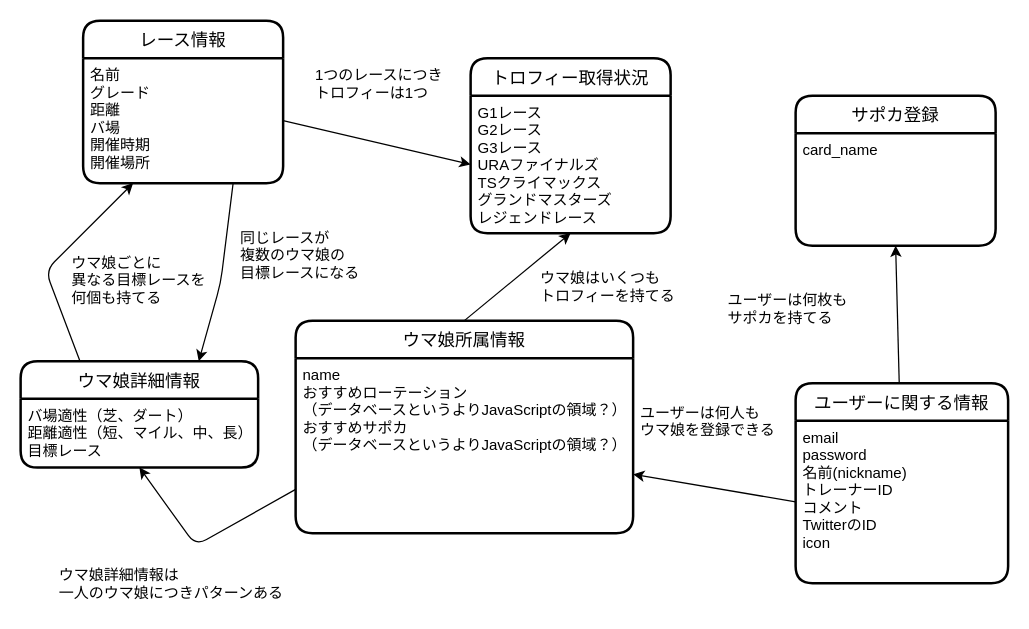
Above: ウマ娘全冠支援ツールモデリング.dio in kenkenkaiden/umamusume_crown_complete_support (draw.io), before the change. Source tidied: cells renumbered, new cells numbered last; positions are measured from the earlier drawing's top-left corner, leaving out a move shared by most shapes. Both pictures are drawn from the tidied source at 125%, with x=0, y=0 at pixel (20, 20).
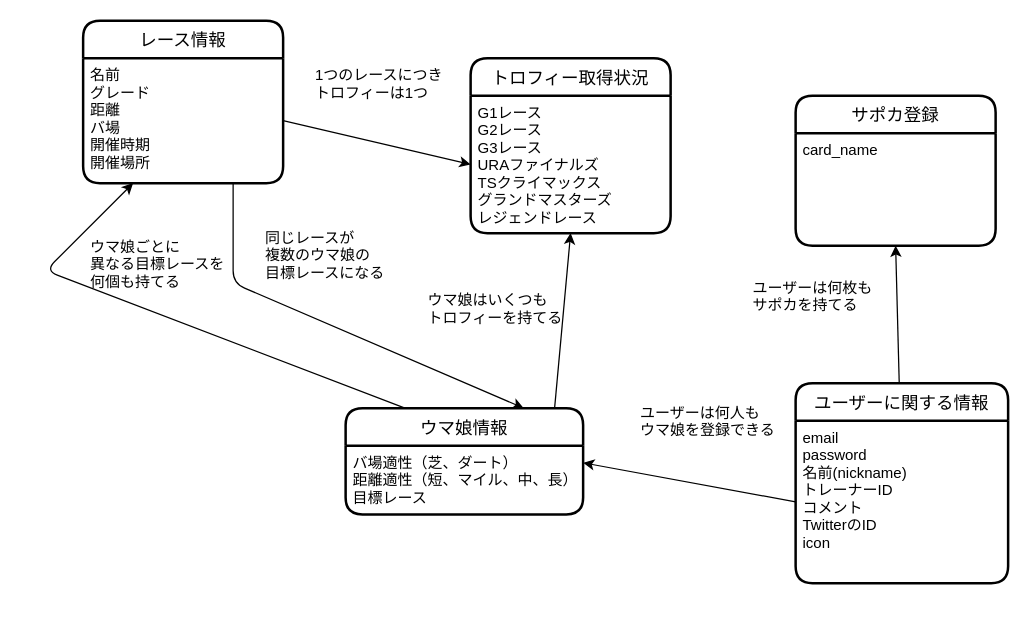
The same page after the edit.

Commit message (it also covers changes not shown here):
モデリングとER図の再記述

Unchanged cells that the change refers to:
```xml
<mxCell id="3" value="email&#10;password&#10;名前(nickname)&#10;トレーナーID&#10;コメント&#10;TwitterのID&#10;icon" style="align=left;strokeColor=none;fillColor=none;spacingLeft=4;fontSize=12;verticalAlign=top;" parent="2" vertex="1">
  <mxGeometry y="30" width="170" height="130" as="geometry" />
</mxCell>
<mxCell id="7" value="G1レース&#10;G2レース&#10;G3レース&#10;URAファイナルズ&#10;TSクライマックス&#10;グランドマスターズ&#10;レジェンドレース" style="align=left;strokeColor=none;fillColor=none;spacingLeft=4;fontSize=12;verticalAlign=top;" parent="6" vertex="1">
  <mxGeometry y="30" width="160" height="110" as="geometry" />
</mxCell>
<mxCell id="17" value="名前&#10;グレード&#10;距離&#10;バ場&#10;開催時期&#10;開催場所" style="align=left;strokeColor=none;fillColor=none;spacingLeft=4;fontSize=12;verticalAlign=top;" parent="16" vertex="1">
  <mxGeometry y="30" width="160" height="100" as="geometry" />
</mxCell>
<mxCell id="21" value="バ場適性（芝、ダート）&#10;距離適性（短、マイル、中、長）&#10;目標レース" style="align=left;strokeColor=none;fillColor=none;spacingLeft=4;fontSize=12;verticalAlign=top;" parent="20" vertex="1">
  <mxGeometry y="30" width="190" height="55" as="geometry" />
</mxCell>
```

Change to the diagram source:
```diff
@@
-    <mxCell id="4" value="ウマ娘所属情報" style="swimlane;horizontal=1;startSize=30;rounded=1;fontSize=14;fontStyle=0;strokeWidth=2;shadow=0;dashed=0;align=center;" parent="1" vertex="1">
-      <mxGeometry x="220" y="240" width="270" height="170" as="geometry" />
-    </mxCell>
-    <mxCell id="5" value="name&#10;おすすめローテーション&#10;（データベースというよりJavaScriptの領域？）&#10;おすすめサポカ&#10;（データベースというよりJavaScriptの領域？）" style="align=left;strokeColor=none;fillColor=none;spacingLeft=4;fontSize=12;verticalAlign=top;" parent="4" vertex="1">
-      <mxGeometry y="30" width="270" height="140" as="geometry" />
-    </mxCell>
@@
     <mxCell id="11" value="ウマ娘はいくつも&#10;トロフィーを持てる" style="text;strokeColor=none;fillColor=none;spacingLeft=4;spacingRight=4;overflow=hidden;fontSize=12;" parent="1" vertex="1">
-      <mxGeometry x="410" y="192.5" width="150" height="30" as="geometry" />
+      <mxGeometry x="320" y="210" width="150" height="30" as="geometry" />
     </mxCell>
-    <mxCell id="12" style="edgeStyle=none;html=1;exitX=0;exitY=0.5;exitDx=0;exitDy=0;" parent="1" edge="1" source="3" target="5">
+    <mxCell id="12" style="edgeStyle=none;html=1;exitX=0;exitY=0.5;exitDx=0;exitDy=0;entryX=1;entryY=0.25;entryDx=0;entryDy=0;" parent="1" edge="1" source="3" target="21">
       <mxGeometry relative="1" as="geometry" />
     </mxCell>
-    <mxCell id="13" style="edgeStyle=none;html=1;entryX=0.5;entryY=1;entryDx=0;entryDy=0;exitX=0.5;exitY=0;exitDx=0;exitDy=0;" parent="1" edge="1" source="4" target="7">
+    <mxCell id="13" style="edgeStyle=none;html=1;entryX=0.5;entryY=1;entryDx=0;entryDy=0;exitX=0.88;exitY=-0.002;exitDx=0;exitDy=0;exitPerimeter=0;" parent="1" edge="1" source="20" target="7">
       <mxGeometry relative="1" as="geometry" />
     </mxCell>
@@
     <mxCell id="15" value="ユーザーは何枚も&#10;サポカを持てる" style="text;strokeColor=none;fillColor=none;spacingLeft=4;spacingRight=4;overflow=hidden;fontSize=12;" parent="1" vertex="1">
-      <mxGeometry x="560" y="210" width="120" height="40" as="geometry" />
+      <mxGeometry x="580" y="200" width="120" height="40" as="geometry" />
     </mxCell>
@@
-    <mxCell id="20" value="ウマ娘詳細情報" style="swimlane;horizontal=1;startSize=30;rounded=1;fontSize=14;fontStyle=0;strokeWidth=2;shadow=0;dashed=0;align=center;" parent="1" vertex="1">
-      <mxGeometry y="272.5" width="190" height="85" as="geometry" />
+    <mxCell id="20" value="ウマ娘情報" style="swimlane;horizontal=1;startSize=30;rounded=1;fontSize=14;fontStyle=0;strokeWidth=2;shadow=0;dashed=0;align=center;" parent="1" vertex="1">
+      <mxGeometry x="260" y="310" width="190" height="85" as="geometry" />
     </mxCell>
@@
-    <mxCell id="22" value="ウマ娘詳細情報は&#10;一人のウマ娘につきパターンある" style="text;strokeColor=none;fillColor=none;spacingLeft=4;spacingRight=4;overflow=hidden;fontSize=12;" parent="1" vertex="1">
-      <mxGeometry x="25" y="430" width="195" height="40" as="geometry" />
-    </mxCell>
-    <mxCell id="23" style="edgeStyle=none;html=1;exitX=0;exitY=0.75;exitDx=0;exitDy=0;entryX=0.5;entryY=1;entryDx=0;entryDy=0;" parent="1" edge="1" source="5" target="21">
-      <mxGeometry relative="1" as="geometry">
-        <Array as="points">
-          <mxPoint x="140" y="420" />
-        </Array>
-      </mxGeometry>
-    </mxCell>
     <mxCell id="24" style="edgeStyle=none;html=1;exitX=0.75;exitY=1;exitDx=0;exitDy=0;entryX=0.75;entryY=0;entryDx=0;entryDy=0;" parent="1" edge="1" source="17" target="20">
       <mxGeometry relative="1" as="geometry">
         <Array as="points">
-          <mxPoint x="160" y="210" />
+          <mxPoint x="170" y="210" />
         </Array>
       </mxGeometry>
     </mxCell>
     <mxCell id="25" value="ウマ娘ごとに&#10;異なる目標レースを&#10;何個も持てる" style="text;strokeColor=none;fillColor=none;spacingLeft=4;spacingRight=4;overflow=hidden;fontSize=12;" parent="1" vertex="1">
-      <mxGeometry x="35" y="180" width="120" height="55" as="geometry" />
+      <mxGeometry x="50" y="167.5" width="120" height="55" as="geometry" />
     </mxCell>
     <mxCell id="26" value="同じレースが&#10;複数のウマ娘の&#10;目標レースになる" style="text;strokeColor=none;fillColor=none;spacingLeft=4;spacingRight=4;overflow=hidden;fontSize=12;" parent="1" vertex="1">
-      <mxGeometry x="170" y="160" width="110" height="50" as="geometry" />
+      <mxGeometry x="190" y="160" width="110" height="50" as="geometry" />
     </mxCell>
```
